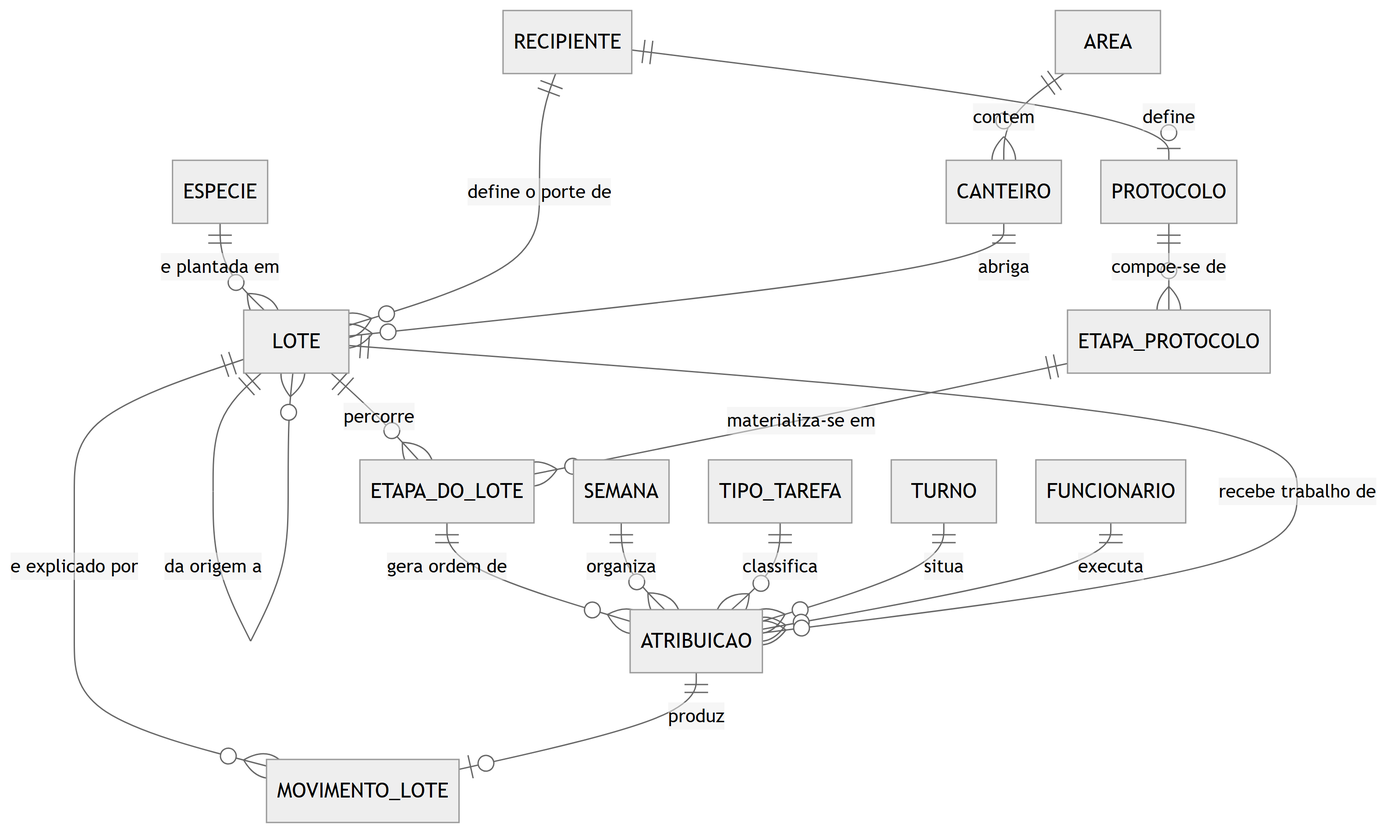
This is docs/engenharia/modelo-dados-pt/img/fig06-conceitual-producao.png from JoaoMudar/tcc, a Mermaid export, as it was before one commit. Its source is kept beside it as docs/engenharia/modelo-dados-pt/mmd/fig06-conceitual-producao.mmd.
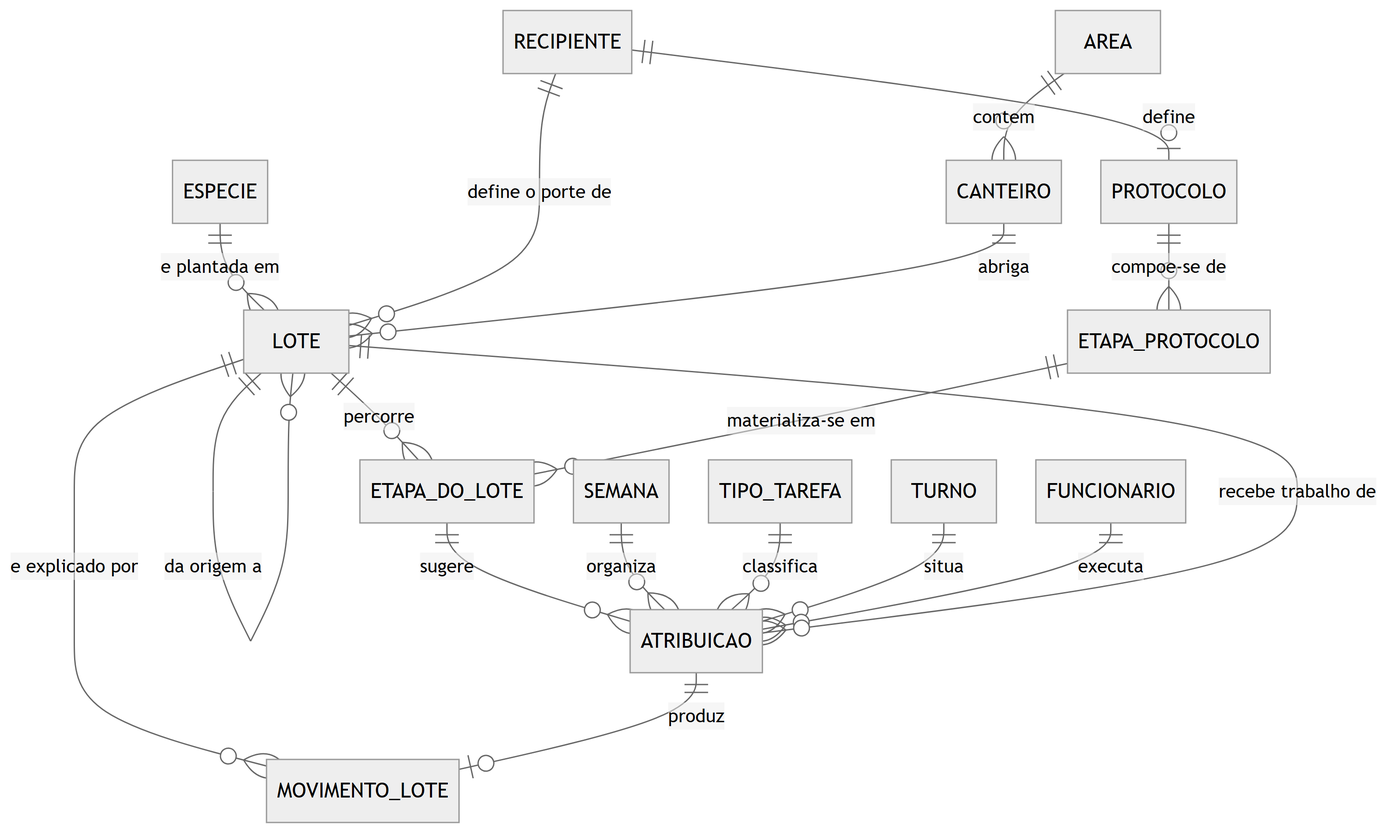
The same diagram one commit later.

The edit, as a diff of the source:
```diff
@@ -9,7 +9,7 @@
   RECIPIENTE   ||--o| PROTOCOLO      : "define"
   PROTOCOLO    ||--o{ ETAPA_PROTOCOLO : "compoe-se de"
   ETAPA_PROTOCOLO ||--o{ ETAPA_DO_LOTE : "materializa-se em"
-  ETAPA_DO_LOTE ||--o{ ATRIBUICAO    : "gera ordem de"
+  ETAPA_DO_LOTE ||--o{ ATRIBUICAO    : "sugere"
   SEMANA       ||--o{ ATRIBUICAO     : "organiza"
   TIPO_TAREFA  ||--o{ ATRIBUICAO     : "classifica"
   TURNO        ||--o{ ATRIBUICAO     : "situa"
```
